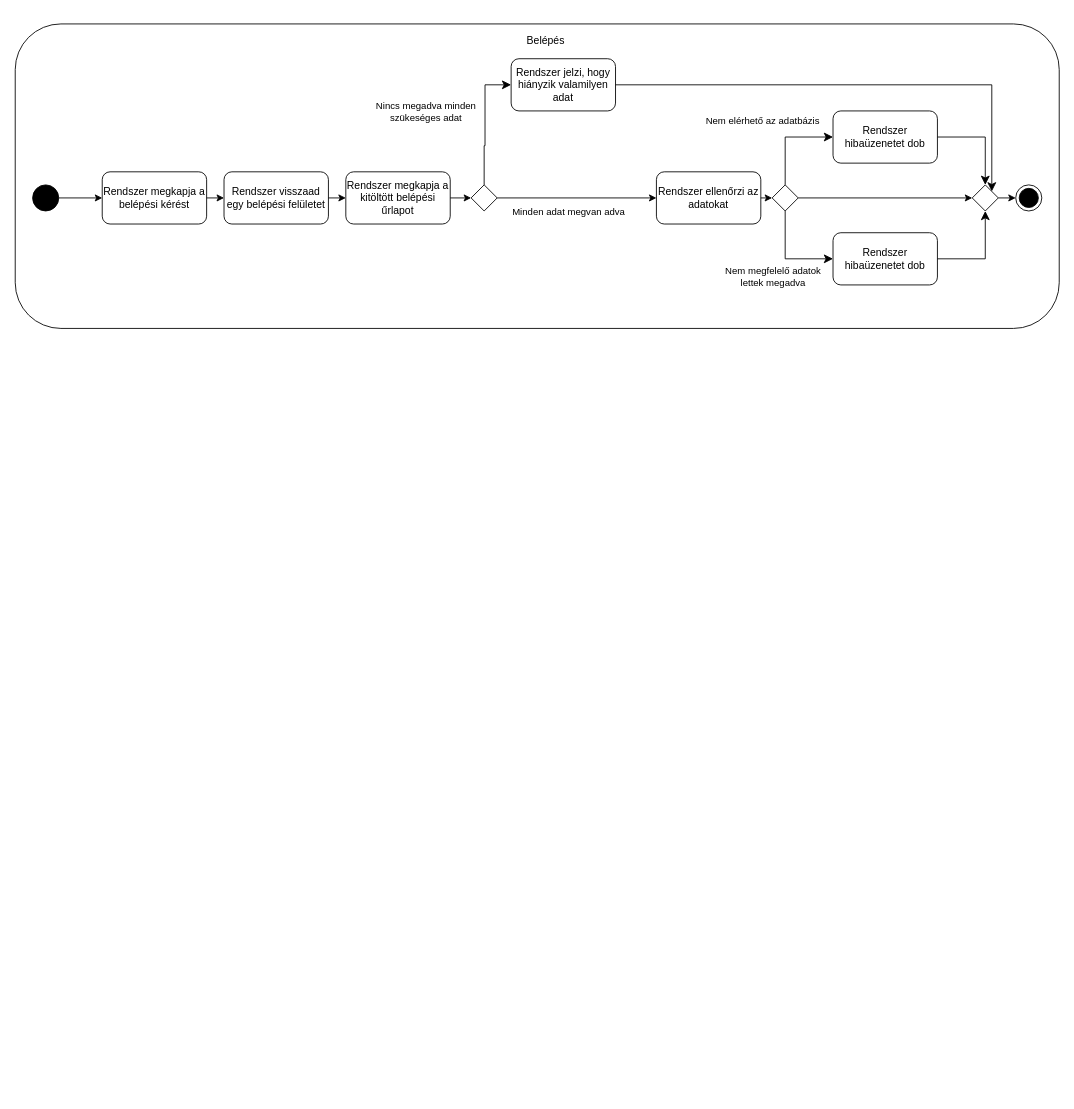
Before: Tevekenyseg_diagramm.drawio in Ac1dD4v3/SzoftTech, a draw.io diagram. Source tidied: cells renumbered, new cells numbered last; positions are measured from the earlier drawing's top-left corner, leaving out a move shared by most shapes. Both pictures are drawn from the tidied source at 87%, with x=0, y=0 at pixel (15, 23).
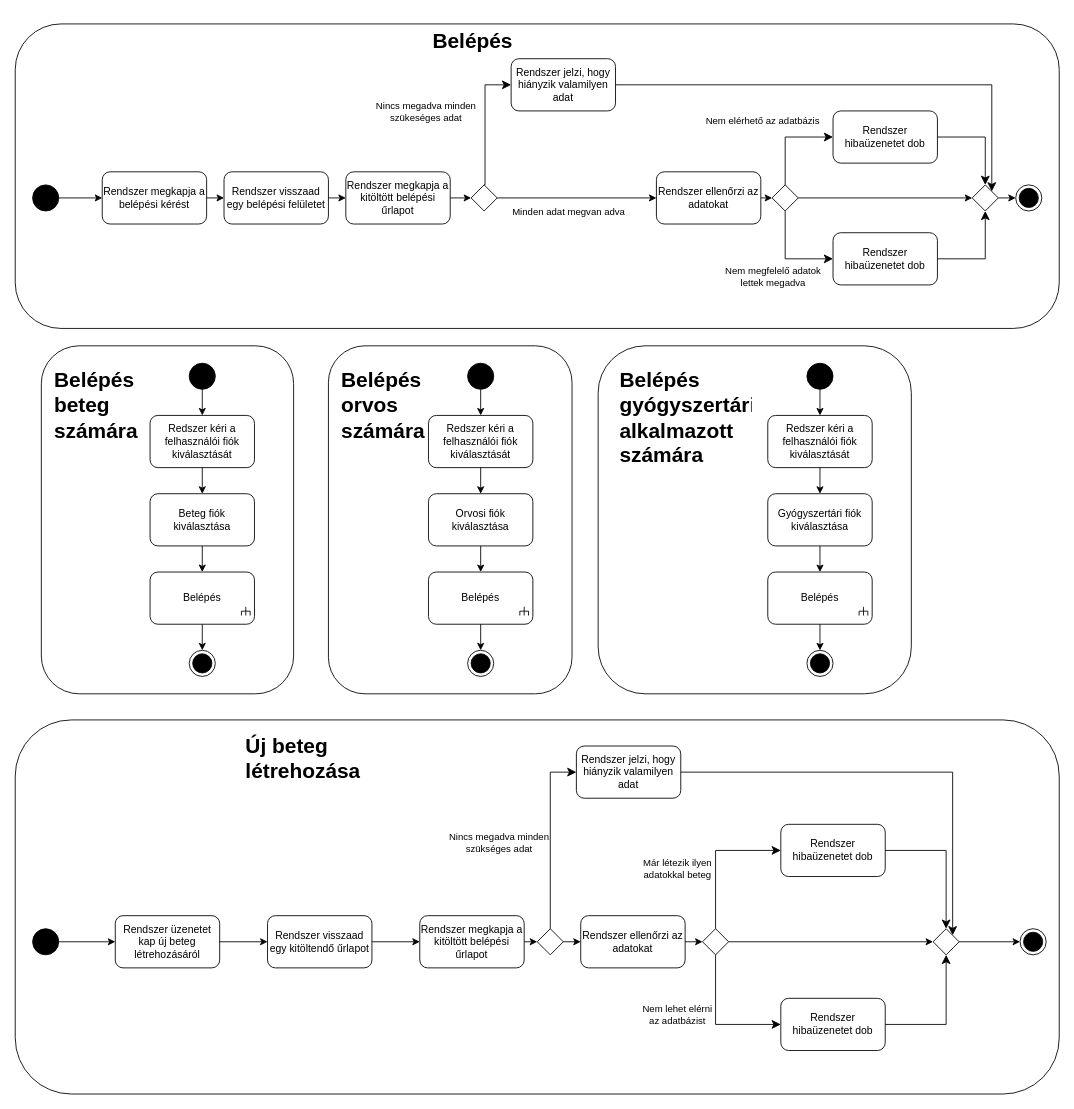
After the change.

Unchanged cells that the change refers to:
```xml
<mxCell id="23" style="rhombus;whiteSpace=wrap;html=1;" parent="1" vertex="1">
  <mxGeometry x="524" y="185" width="30" height="30" as="geometry" />
</mxCell>
<mxCell id="25" value="Rendszer jelzi, hogy hiányzik valamilyen adat" style="rounded=1;whiteSpace=wrap;html=1;" parent="1" vertex="1">
  <mxGeometry x="570" y="40" width="120" height="60" as="geometry" />
</mxCell>
```

What changed in the source:
```diff
@@
+    <mxCell id="34" style="rounded=1;whiteSpace=wrap;html=1;" parent="1" vertex="1">
+      <mxGeometry y="800" width="1200" height="430" as="geometry" />
+    </mxCell>
+    <mxCell id="35" style="rounded=1;whiteSpace=wrap;html=1;" parent="1" vertex="1">
+      <mxGeometry x="30" y="370" width="290" height="400" as="geometry" />
+    </mxCell>
@@
-    <mxCell id="3" value="Belépés" style="text;html=1;strokeColor=none;fillColor=none;align=center;verticalAlign=middle;whiteSpace=wrap;rounded=0;" parent="1" vertex="1">
-      <mxGeometry x="560" width="100" height="40" as="geometry" />
-    </mxCell>
@@
     <mxCell id="26" style="edgeStyle=segmentEdgeStyle;endArrow=classic;html=1;curved=0;rounded=0;endSize=8;startSize=8;exitX=0.5;exitY=0;exitDx=0;exitDy=0;entryX=0;entryY=0.5;entryDx=0;entryDy=0;" parent="1" edge="1" source="23" target="25">
       <mxGeometry relative="1" as="geometry">
         <Array as="points">
-          <mxPoint x="540" y="140" />
+          <mxPoint x="540" y="185" />
+          <mxPoint x="540" y="70" />
         </Array>
       </mxGeometry>
     </mxCell>
@@
+    <mxCell id="36" style="ellipse;fillColor=strokeColor;html=1;" parent="1" vertex="1">
+      <mxGeometry x="200" y="390" width="30" height="30" as="geometry" />
+    </mxCell>
+    <mxCell id="37" value="Redszer kéri a felhasználói fiók kiválasztását" style="rounded=1;whiteSpace=wrap;html=1;" parent="1" vertex="1">
+      <mxGeometry x="155" y="450" width="120" height="60" as="geometry" />
+    </mxCell>
+    <mxCell id="38" style="endArrow=classic;html=1;rounded=0;exitX=0.5;exitY=1;exitDx=0;exitDy=0;entryX=0.5;entryY=0;entryDx=0;entryDy=0;" parent="1" edge="1" source="36" target="37">
+      <mxGeometry relative="1" as="geometry" />
+    </mxCell>
+    <mxCell id="39" value="Beteg fiók kiválasztása" style="rounded=1;whiteSpace=wrap;html=1;" parent="1" vertex="1">
+      <mxGeometry x="155" y="540" width="120" height="60" as="geometry" />
+    </mxCell>
+    <mxCell id="40" style="group;" parent="1" vertex="1">
+      <mxGeometry x="155" y="630" width="120" height="60" as="geometry" />
+    </mxCell>
+    <mxCell id="41" value="Belépés" style="rounded=1;whiteSpace=wrap;html=1;" parent="40" vertex="1">
+      <mxGeometry width="120" height="60" as="geometry" />
+    </mxCell>
+    <mxCell id="42" style="group;" parent="40" vertex="1">
+      <mxGeometry x="105" y="40" width="10" height="10" as="geometry" />
+    </mxCell>
+    <mxCell id="43" style="endArrow=none;html=1;rounded=0;" parent="42" edge="1">
+      <mxGeometry relative="1" as="geometry">
+        <mxPoint x="5" as="sourcePoint" />
+        <mxPoint x="5" y="5" as="targetPoint" />
+      </mxGeometry>
+    </mxCell>
+    <mxCell id="44" style="endArrow=none;html=1;rounded=0;" parent="42" edge="1">
+      <mxGeometry relative="1" as="geometry">
+        <mxPoint x="5" y="5" as="sourcePoint" />
+        <mxPoint x="5" y="10" as="targetPoint" />
+      </mxGeometry>
+    </mxCell>
+    <mxCell id="45" style="endArrow=none;html=1;rounded=0;" parent="42" edge="1">
+      <mxGeometry relative="1" as="geometry">
+        <mxPoint x="5" y="5" as="sourcePoint" />
+        <mxPoint y="5" as="targetPoint" />
+      </mxGeometry>
+    </mxCell>
+    <mxCell id="46" style="endArrow=none;html=1;rounded=0;" parent="42" edge="1">
+      <mxGeometry relative="1" as="geometry">
+        <mxPoint x="10" y="5" as="sourcePoint" />
+        <mxPoint x="5" y="5" as="targetPoint" />
+      </mxGeometry>
+    </mxCell>
+    <mxCell id="47" style="endArrow=none;html=1;rounded=0;" parent="42" edge="1">
+      <mxGeometry relative="1" as="geometry">
+        <mxPoint y="5" as="sourcePoint" />
+        <mxPoint y="10" as="targetPoint" />
+      </mxGeometry>
+    </mxCell>
+    <mxCell id="48" style="endArrow=none;html=1;rounded=0;" parent="42" edge="1">
+      <mxGeometry relative="1" as="geometry">
+        <mxPoint x="10" y="5" as="sourcePoint" />
+        <mxPoint x="10" y="10" as="targetPoint" />
+      </mxGeometry>
+    </mxCell>
+    <mxCell id="49" style="endArrow=classic;html=1;rounded=0;exitX=0.5;exitY=1;exitDx=0;exitDy=0;entryX=0.5;entryY=0;entryDx=0;entryDy=0;" parent="1" edge="1" source="37" target="39">
+      <mxGeometry relative="1" as="geometry" />
+    </mxCell>
+    <mxCell id="50" style="endArrow=classic;html=1;rounded=0;exitX=0.5;exitY=1;exitDx=0;exitDy=0;entryX=0.5;entryY=0;entryDx=0;entryDy=0;" parent="1" edge="1" source="39" target="41">
+      <mxGeometry relative="1" as="geometry" />
+    </mxCell>
+    <mxCell id="51" style="ellipse;html=1;shape=endState;fillColor=strokeColor;" parent="1" vertex="1">
+      <mxGeometry x="200" y="720" width="30" height="30" as="geometry" />
+    </mxCell>
+    <mxCell id="52" style="endArrow=classic;html=1;rounded=0;exitX=0.5;exitY=1;exitDx=0;exitDy=0;entryX=0.5;entryY=0;entryDx=0;entryDy=0;" parent="1" edge="1" source="41" target="51">
+      <mxGeometry relative="1" as="geometry" />
+    </mxCell>
+    <mxCell id="53" style="rounded=1;whiteSpace=wrap;html=1;" parent="1" vertex="1">
+      <mxGeometry x="360" y="370" width="280" height="400" as="geometry" />
+    </mxCell>
+    <mxCell id="54" style="ellipse;fillColor=strokeColor;html=1;" parent="1" vertex="1">
+      <mxGeometry x="520" y="390" width="30" height="30" as="geometry" />
+    </mxCell>
+    <mxCell id="55" value="Redszer kéri a felhasználói fiók kiválasztását" style="rounded=1;whiteSpace=wrap;html=1;" parent="1" vertex="1">
+      <mxGeometry x="475" y="450" width="120" height="60" as="geometry" />
+    </mxCell>
+    <mxCell id="56" style="endArrow=classic;html=1;rounded=0;exitX=0.5;exitY=1;exitDx=0;exitDy=0;entryX=0.5;entryY=0;entryDx=0;entryDy=0;" parent="1" edge="1" source="54" target="55">
+      <mxGeometry relative="1" as="geometry" />
+    </mxCell>
+    <mxCell id="57" value="Orvosi fiók kiválasztása" style="rounded=1;whiteSpace=wrap;html=1;" parent="1" vertex="1">
+      <mxGeometry x="475" y="540" width="120" height="60" as="geometry" />
+    </mxCell>
+    <mxCell id="58" style="group;" parent="1" vertex="1">
+      <mxGeometry x="475" y="630" width="120" height="60" as="geometry" />
+    </mxCell>
+    <mxCell id="59" value="Belépés" style="rounded=1;whiteSpace=wrap;html=1;" parent="58" vertex="1">
+      <mxGeometry width="120" height="60" as="geometry" />
+    </mxCell>
+    <mxCell id="60" style="group;" parent="58" vertex="1">
+      <mxGeometry x="105" y="40" width="10" height="10" as="geometry" />
+    </mxCell>
+    <mxCell id="61" style="endArrow=none;html=1;rounded=0;" parent="60" edge="1">
+      <mxGeometry relative="1" as="geometry">
+        <mxPoint x="5" as="sourcePoint" />
+        <mxPoint x="5" y="5" as="targetPoint" />
+      </mxGeometry>
+    </mxCell>
+    <mxCell id="62" style="endArrow=none;html=1;rounded=0;" parent="60" edge="1">
+      <mxGeometry relative="1" as="geometry">
+        <mxPoint x="5" y="5" as="sourcePoint" />
+        <mxPoint x="5" y="10" as="targetPoint" />
+      </mxGeometry>
+    </mxCell>
+    <mxCell id="63" style="endArrow=none;html=1;rounded=0;" parent="60" edge="1">
+      <mxGeometry relative="1" as="geometry">
+        <mxPoint x="5" y="5" as="sourcePoint" />
+        <mxPoint y="5" as="targetPoint" />
+      </mxGeometry>
+    </mxCell>
+    <mxCell id="64" style="endArrow=none;html=1;rounded=0;" parent="60" edge="1">
+      <mxGeometry relative="1" as="geometry">
+        <mxPoint x="10" y="5" as="sourcePoint" />
+        <mxPoint x="5" y="5" as="targetPoint" />
+      </mxGeometry>
+    </mxCell>
+    <mxCell id="65" style="endArrow=none;html=1;rounded=0;" parent="60" edge="1">
+      <mxGeometry relative="1" as="geometry">
+        <mxPoint y="5" as="sourcePoint" />
+        <mxPoint y="10" as="targetPoint" />
+      </mxGeometry>
+    </mxCell>
+    <mxCell id="66" style="endArrow=none;html=1;rounded=0;" parent="60" edge="1">
+      <mxGeometry relative="1" as="geometry">
+        <mxPoint x="10" y="5" as="sourcePoint" />
+        <mxPoint x="10" y="10" as="targetPoint" />
+      </mxGeometry>
+    </mxCell>
+    <mxCell id="67" style="endArrow=classic;html=1;rounded=0;exitX=0.5;exitY=1;exitDx=0;exitDy=0;entryX=0.5;entryY=0;entryDx=0;entryDy=0;" parent="1" edge="1" source="55" target="57">
+      <mxGeometry relative="1" as="geometry" />
+    </mxCell>
+    <mxCell id="68" style="endArrow=classic;html=1;rounded=0;exitX=0.5;exitY=1;exitDx=0;exitDy=0;entryX=0.5;entryY=0;entryDx=0;entryDy=0;" parent="1" edge="1" source="57" target="59">
+      <mxGeometry relative="1" as="geometry" />
+    </mxCell>
+    <mxCell id="69" style="ellipse;html=1;shape=endState;fillColor=strokeColor;" parent="1" vertex="1">
+      <mxGeometry x="520" y="720" width="30" height="30" as="geometry" />
+    </mxCell>
+    <mxCell id="70" style="endArrow=classic;html=1;rounded=0;exitX=0.5;exitY=1;exitDx=0;exitDy=0;entryX=0.5;entryY=0;entryDx=0;entryDy=0;" parent="1" edge="1" source="59" target="69">
+      <mxGeometry relative="1" as="geometry" />
+    </mxCell>
+    <mxCell id="71" style="rounded=1;whiteSpace=wrap;html=1;" parent="1" vertex="1">
+      <mxGeometry x="670" y="370" width="360" height="400" as="geometry" />
+    </mxCell>
+    <mxCell id="72" style="ellipse;fillColor=strokeColor;html=1;" parent="1" vertex="1">
+      <mxGeometry x="910" y="390" width="30" height="30" as="geometry" />
+    </mxCell>
+    <mxCell id="73" value="Redszer kéri a felhasználói fiók kiválasztását" style="rounded=1;whiteSpace=wrap;html=1;" parent="1" vertex="1">
+      <mxGeometry x="865" y="450" width="120" height="60" as="geometry" />
+    </mxCell>
+    <mxCell id="74" style="endArrow=classic;html=1;rounded=0;exitX=0.5;exitY=1;exitDx=0;exitDy=0;entryX=0.5;entryY=0;entryDx=0;entryDy=0;" parent="1" edge="1" source="72" target="73">
+      <mxGeometry relative="1" as="geometry" />
+    </mxCell>
+    <mxCell id="75" value="Gyógyszertári fiók kiválasztása" style="rounded=1;whiteSpace=wrap;html=1;" parent="1" vertex="1">
+      <mxGeometry x="865" y="540" width="120" height="60" as="geometry" />
+    </mxCell>
+    <mxCell id="76" style="group;" parent="1" vertex="1">
+      <mxGeometry x="865" y="630" width="120" height="60" as="geometry" />
+    </mxCell>
+    <mxCell id="77" value="Belépés" style="rounded=1;whiteSpace=wrap;html=1;" parent="76" vertex="1">
+      <mxGeometry width="120" height="60" as="geometry" />
+    </mxCell>
+    <mxCell id="78" style="group;" parent="76" vertex="1">
+      <mxGeometry x="105" y="40" width="10" height="10" as="geometry" />
+    </mxCell>
+    <mxCell id="79" style="endArrow=none;html=1;rounded=0;" parent="78" edge="1">
+      <mxGeometry relative="1" as="geometry">
+        <mxPoint x="5" as="sourcePoint" />
+        <mxPoint x="5" y="5" as="targetPoint" />
+      </mxGeometry>
+    </mxCell>
+    <mxCell id="80" style="endArrow=none;html=1;rounded=0;" parent="78" edge="1">
+      <mxGeometry relative="1" as="geometry">
+        <mxPoint x="5" y="5" as="sourcePoint" />
+        <mxPoint x="5" y="10" as="targetPoint" />
+      </mxGeometry>
+    </mxCell>
+    <mxCell id="81" style="endArrow=none;html=1;rounded=0;" parent="78" edge="1">
+      <mxGeometry relative="1" as="geometry">
+        <mxPoint x="5" y="5" as="sourcePoint" />
+        <mxPoint y="5" as="targetPoint" />
+      </mxGeometry>
+    </mxCell>
+    <mxCell id="82" style="endArrow=none;html=1;rounded=0;" parent="78" edge="1">
+      <mxGeometry relative="1" as="geometry">
+        <mxPoint x="10" y="5" as="sourcePoint" />
+        <mxPoint x="5" y="5" as="targetPoint" />
+      </mxGeometry>
+    </mxCell>
+    <mxCell id="83" style="endArrow=none;html=1;rounded=0;" parent="78" edge="1">
+      <mxGeometry relative="1" as="geometry">
+        <mxPoint y="5" as="sourcePoint" />
+        <mxPoint y="10" as="targetPoint" />
+      </mxGeometry>
+    </mxCell>
+    <mxCell id="84" style="endArrow=none;html=1;rounded=0;" parent="78" edge="1">
+      <mxGeometry relative="1" as="geometry">
+        <mxPoint x="10" y="5" as="sourcePoint" />
+        <mxPoint x="10" y="10" as="targetPoint" />
+      </mxGeometry>
+    </mxCell>
+    <mxCell id="85" style="endArrow=classic;html=1;rounded=0;exitX=0.5;exitY=1;exitDx=0;exitDy=0;entryX=0.5;entryY=0;entryDx=0;entryDy=0;" parent="1" edge="1" source="73" target="75">
+      <mxGeometry relative="1" as="geometry" />
+    </mxCell>
+    <mxCell id="86" style="endArrow=classic;html=1;rounded=0;exitX=0.5;exitY=1;exitDx=0;exitDy=0;entryX=0.5;entryY=0;entryDx=0;entryDy=0;" parent="1" edge="1" source="75" target="77">
+      <mxGeometry relative="1" as="geometry" />
+    </mxCell>
+    <mxCell id="87" style="ellipse;html=1;shape=endState;fillColor=strokeColor;" parent="1" vertex="1">
+      <mxGeometry x="910" y="720" width="30" height="30" as="geometry" />
+    </mxCell>
+    <mxCell id="88" style="endArrow=classic;html=1;rounded=0;exitX=0.5;exitY=1;exitDx=0;exitDy=0;entryX=0.5;entryY=0;entryDx=0;entryDy=0;" parent="1" edge="1" source="77" target="87">
+      <mxGeometry relative="1" as="geometry" />
+    </mxCell>
+    <mxCell id="89" style="ellipse;fillColor=strokeColor;html=1;" parent="1" vertex="1">
+      <mxGeometry x="20" y="1040" width="30" height="30" as="geometry" />
+    </mxCell>
+    <mxCell id="90" style="endArrow=classic;html=1;rounded=0;exitX=1;exitY=0.5;exitDx=0;exitDy=0;" parent="1" edge="1" source="89" target="91">
+      <mxGeometry relative="1" as="geometry" />
+    </mxCell>
+    <mxCell id="91" value="Rendszer üzenetet kap új beteg létrehozásáról" style="rounded=1;whiteSpace=wrap;html=1;" parent="1" vertex="1">
+      <mxGeometry x="115" y="1025" width="120" height="60" as="geometry" />
+    </mxCell>
+    <mxCell id="92" value="Rendszer visszaad egy kitöltendő űrlapot" style="rounded=1;whiteSpace=wrap;html=1;" parent="1" vertex="1">
+      <mxGeometry x="290" y="1025" width="120" height="60" as="geometry" />
+    </mxCell>
+    <mxCell id="93" style="endArrow=classic;html=1;rounded=0;exitX=1;exitY=0.5;exitDx=0;exitDy=0;entryX=0;entryY=0.5;entryDx=0;entryDy=0;" parent="1" edge="1" source="91" target="92">
+      <mxGeometry relative="1" as="geometry" />
+    </mxCell>
+    <mxCell id="94" value="Rendszer megkapja a kitöltött belépési űrlapot" style="rounded=1;whiteSpace=wrap;html=1;" parent="1" vertex="1">
+      <mxGeometry x="465" y="1025" width="120" height="60" as="geometry" />
+    </mxCell>
+    <mxCell id="95" style="endArrow=classic;html=1;rounded=0;exitX=1;exitY=0.5;exitDx=0;exitDy=0;entryX=0;entryY=0.5;entryDx=0;entryDy=0;" parent="1" edge="1" source="92" target="94">
+      <mxGeometry relative="1" as="geometry" />
+    </mxCell>
+    <mxCell id="96" value="Rendszer ellenőrzi az adatokat" style="rounded=1;whiteSpace=wrap;html=1;" parent="1" vertex="1">
+      <mxGeometry x="650" y="1025" width="120" height="60" as="geometry" />
+    </mxCell>
+    <mxCell id="97" style="ellipse;html=1;shape=endState;fillColor=strokeColor;" parent="1" vertex="1">
+      <mxGeometry x="1155" y="1040" width="30" height="30" as="geometry" />
+    </mxCell>
+    <mxCell id="98" style="rhombus;whiteSpace=wrap;html=1;" parent="1" vertex="1">
+      <mxGeometry x="600" y="1040" width="30" height="30" as="geometry" />
+    </mxCell>
+    <mxCell id="99" style="endArrow=classic;html=1;rounded=0;exitX=1;exitY=0.5;exitDx=0;exitDy=0;entryX=0;entryY=0.5;entryDx=0;entryDy=0;" parent="1" edge="1" source="94" target="98">
+      <mxGeometry relative="1" as="geometry" />
+    </mxCell>
+    <mxCell id="100" value="Rendszer jelzi, hogy hiányzik valamilyen adat" style="rounded=1;whiteSpace=wrap;html=1;" parent="1" vertex="1">
+      <mxGeometry x="645" y="830" width="120" height="60" as="geometry" />
+    </mxCell>
+    <mxCell id="101" style="rhombus;whiteSpace=wrap;html=1;" parent="1" vertex="1">
+      <mxGeometry x="1055" y="1040" width="30" height="30" as="geometry" />
+    </mxCell>
+    <mxCell id="102" style="endArrow=classic;html=1;rounded=0;exitX=1;exitY=0.5;exitDx=0;exitDy=0;entryX=0;entryY=0.5;entryDx=0;entryDy=0;" parent="1" edge="1" source="101" target="97">
+      <mxGeometry relative="1" as="geometry" />
+    </mxCell>
+    <mxCell id="103" style="edgeStyle=segmentEdgeStyle;endArrow=classic;html=1;curved=0;rounded=0;endSize=8;startSize=8;exitX=0.5;exitY=0;exitDx=0;exitDy=0;entryX=0;entryY=0.5;entryDx=0;entryDy=0;" parent="1" edge="1" source="98" target="100">
+      <mxGeometry relative="1" as="geometry">
+        <Array as="points">
+          <mxPoint x="615" y="860" />
+        </Array>
+      </mxGeometry>
+    </mxCell>
+    <mxCell id="104" value="Nincs megadva minden&lt;br&gt;szükséges adat" style="edgeLabel;html=1;align=center;verticalAlign=middle;" parent="103" vertex="1">
+      <mxGeometry x="-0.21" y="3" relative="1" as="geometry">
+        <mxPoint x="-57" y="-17" as="offset" />
+      </mxGeometry>
+    </mxCell>
+    <mxCell id="105" style="edgeStyle=segmentEdgeStyle;endArrow=classic;html=1;curved=0;rounded=0;endSize=8;startSize=8;exitX=1;exitY=0.5;exitDx=0;exitDy=0;entryX=1;entryY=0;entryDx=0;entryDy=0;" parent="1" edge="1" source="100" target="101">
+      <mxGeometry relative="1" as="geometry" />
+    </mxCell>
+    <mxCell id="106" style="endArrow=classic;html=1;rounded=0;exitX=1;exitY=0.5;exitDx=0;exitDy=0;entryX=0;entryY=0.5;entryDx=0;entryDy=0;" parent="1" edge="1" source="98" target="96">
+      <mxGeometry relative="1" as="geometry" />
+    </mxCell>
+    <mxCell id="107" style="rhombus;whiteSpace=wrap;html=1;" parent="1" vertex="1">
+      <mxGeometry x="790" y="1040" width="30" height="30" as="geometry" />
+    </mxCell>
+    <mxCell id="108" style="endArrow=classic;html=1;rounded=0;exitX=1;exitY=0.5;exitDx=0;exitDy=0;entryX=0;entryY=0.5;entryDx=0;entryDy=0;" parent="1" edge="1" source="96" target="107">
+      <mxGeometry relative="1" as="geometry" />
+    </mxCell>
+    <mxCell id="109" value="Rendszer hibaüzenetet dob" style="rounded=1;whiteSpace=wrap;html=1;" parent="1" vertex="1">
+      <mxGeometry x="880" y="920" width="120" height="60" as="geometry" />
+    </mxCell>
+    <mxCell id="110" value="Rendszer hibaüzenetet dob" style="rounded=1;whiteSpace=wrap;html=1;" parent="1" vertex="1">
+      <mxGeometry x="880" y="1120" width="120" height="60" as="geometry" />
+    </mxCell>
+    <mxCell id="111" style="edgeStyle=segmentEdgeStyle;endArrow=classic;html=1;curved=0;rounded=0;endSize=8;startSize=8;exitX=0.5;exitY=0;exitDx=0;exitDy=0;entryX=0;entryY=0.5;entryDx=0;entryDy=0;" parent="1" edge="1" source="107" target="109">
+      <mxGeometry relative="1" as="geometry">
+        <Array as="points">
+          <mxPoint x="805" y="950" />
+        </Array>
+      </mxGeometry>
+    </mxCell>
+    <mxCell id="112" value="Már létezik ilyen&lt;br&gt;adatokkal beteg" style="edgeLabel;html=1;align=center;verticalAlign=middle;" parent="111" vertex="1">
+      <mxGeometry x="-0.2" y="2" relative="1" as="geometry">
+        <mxPoint x="-43" y="-4" as="offset" />
+      </mxGeometry>
+    </mxCell>
+    <mxCell id="113" style="edgeStyle=segmentEdgeStyle;endArrow=classic;html=1;curved=0;rounded=0;endSize=8;startSize=8;exitX=0.5;exitY=1;exitDx=0;exitDy=0;entryX=0;entryY=0.5;entryDx=0;entryDy=0;" parent="1" edge="1" source="107" target="110">
+      <mxGeometry relative="1" as="geometry">
+        <Array as="points">
+          <mxPoint x="805" y="1150" />
+        </Array>
+      </mxGeometry>
+    </mxCell>
+    <mxCell id="114" value="Nem lehet elérni&lt;br&gt;az adatbázist" style="edgeLabel;html=1;align=center;verticalAlign=middle;" parent="113" vertex="1">
+      <mxGeometry x="-0.21" y="-1" relative="1" as="geometry">
+        <mxPoint x="-44" y="7" as="offset" />
+      </mxGeometry>
+    </mxCell>
+    <mxCell id="115" style="endArrow=classic;html=1;rounded=0;exitX=1;exitY=0.5;exitDx=0;exitDy=0;entryX=0;entryY=0.5;entryDx=0;entryDy=0;" parent="1" edge="1" source="107" target="101">
+      <mxGeometry relative="1" as="geometry" />
+    </mxCell>
+    <mxCell id="116" style="edgeStyle=segmentEdgeStyle;endArrow=classic;html=1;curved=0;rounded=0;endSize=8;startSize=8;exitX=1;exitY=0.5;exitDx=0;exitDy=0;entryX=0.5;entryY=0;entryDx=0;entryDy=0;" parent="1" edge="1" source="109" target="101">
+      <mxGeometry relative="1" as="geometry" />
+    </mxCell>
+    <mxCell id="117" style="edgeStyle=segmentEdgeStyle;endArrow=classic;html=1;curved=0;rounded=0;endSize=8;startSize=8;exitX=1;exitY=0.5;exitDx=0;exitDy=0;entryX=0.5;entryY=1;entryDx=0;entryDy=0;" parent="1" edge="1" source="110" target="101">
+      <mxGeometry relative="1" as="geometry" />
+    </mxCell>
+    <mxCell id="118" value="&lt;h1&gt;Belépés&lt;/h1&gt;" style="text;html=1;strokeColor=none;fillColor=none;spacing=5;spacingTop=-20;whiteSpace=wrap;overflow=hidden;rounded=0;" parent="1" vertex="1">
+      <mxGeometry x="475" width="100" height="40" as="geometry" />
+    </mxCell>
+    <mxCell id="119" value="&lt;h1&gt;Belépés beteg számára&lt;/h1&gt;" style="text;html=1;strokeColor=none;fillColor=none;spacing=5;spacingTop=-20;whiteSpace=wrap;overflow=hidden;rounded=0;" parent="1" vertex="1">
+      <mxGeometry x="40" y="390" width="110" height="120" as="geometry" />
+    </mxCell>
+    <mxCell id="120" value="&lt;h1&gt;Belépés orvos számára&lt;/h1&gt;" style="text;html=1;strokeColor=none;fillColor=none;spacing=5;spacingTop=-20;whiteSpace=wrap;overflow=hidden;rounded=0;" parent="1" vertex="1">
+      <mxGeometry x="370" y="390" width="105" height="120" as="geometry" />
+    </mxCell>
+    <mxCell id="121" value="&lt;h1&gt;Belépés gyógyszertári alkalmazott számára&lt;/h1&gt;" style="text;html=1;strokeColor=none;fillColor=none;spacing=5;spacingTop=-20;whiteSpace=wrap;overflow=hidden;rounded=0;" parent="1" vertex="1">
+      <mxGeometry x="690" y="390" width="160" height="120" as="geometry" />
+    </mxCell>
+    <mxCell id="122" value="&lt;h1&gt;Új beteg létrehozása&lt;/h1&gt;" style="text;html=1;strokeColor=none;fillColor=none;spacing=5;spacingTop=-20;whiteSpace=wrap;overflow=hidden;rounded=0;" parent="1" vertex="1">
+      <mxGeometry x="260" y="810" width="140" height="70" as="geometry" />
+    </mxCell>
```
